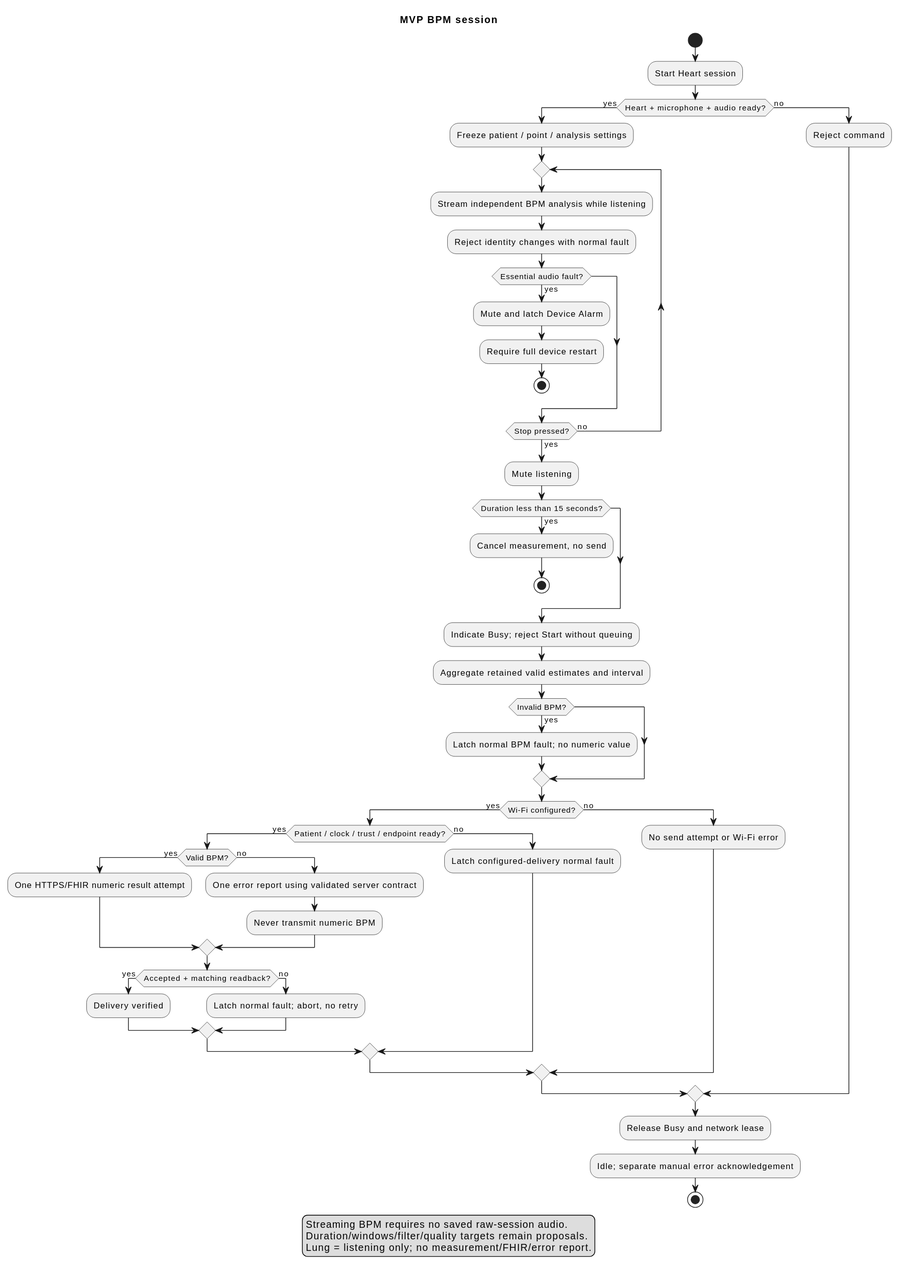
Above: Development/system/architecture/rendered/measurement_workflow.svg in DemonicPsychoII/DigitalStethoscope (PlantUML), before the change.
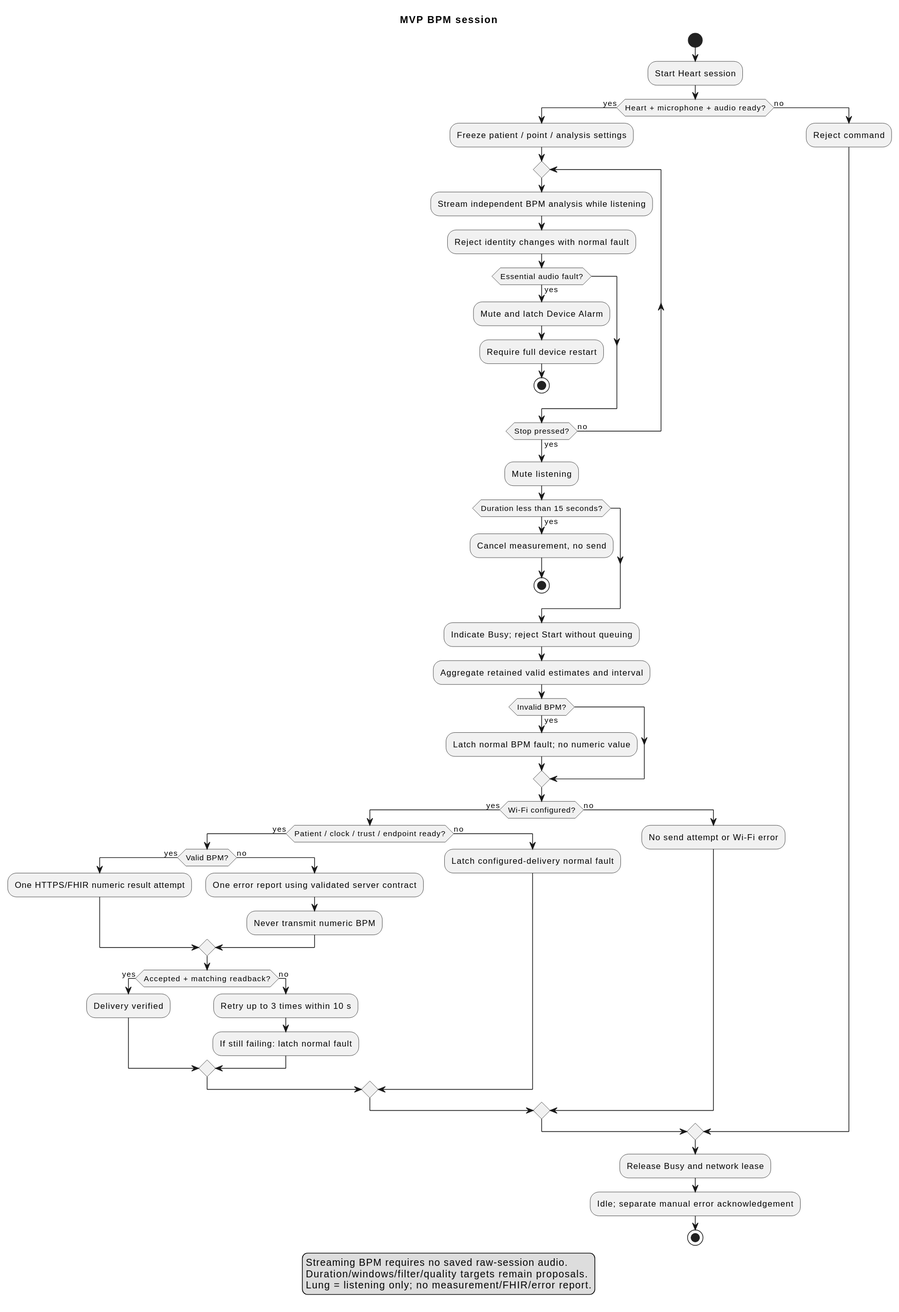
The same file after the commit.

What changed in the source:
```diff
@@ -36,7 +36,8 @@
    if (Accepted + matching readback?) then (yes)
     :Delivery verified;
    else (no)
-    :Latch normal fault; abort, no retry;
+    :Retry up to 3 times within 10 s;
+    :If still failing: latch normal fault;
    endif
   else (no)
    :Latch configured-delivery normal fault;
```
